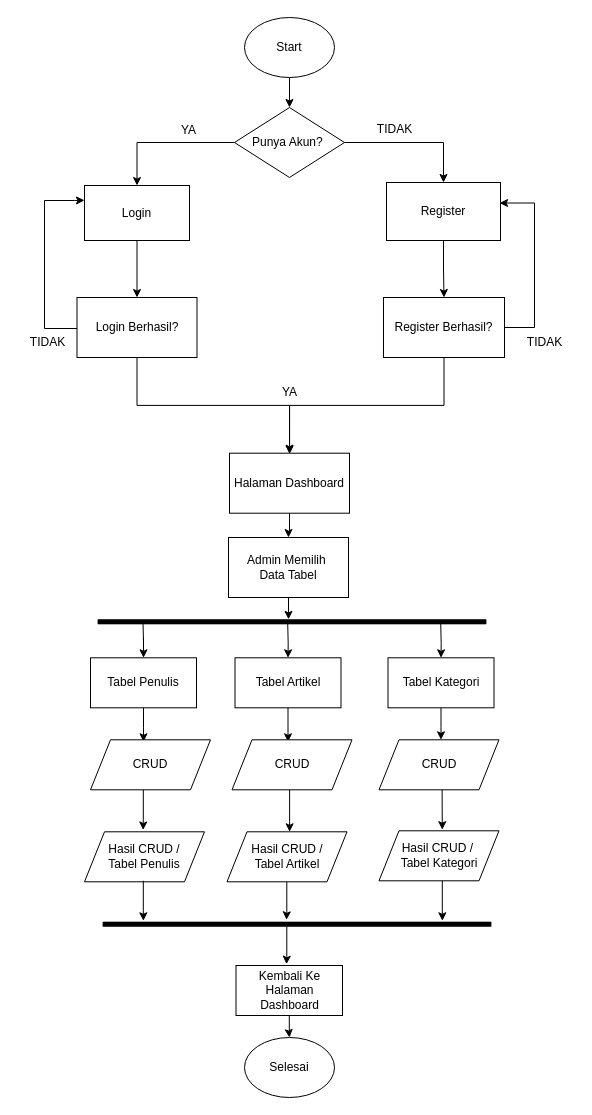
This is admin.drawio from EnjoyUrLife69/P5-PROJECT, a draw.io file, before an edit. Source tidied: cells renumbered, new cells numbered last; positions are measured from the earlier drawing's top-left corner, leaving out a move shared by most shapes. Both pictures are drawn from the tidied source at 100%, with x=0, y=0 at pixel (16, 17).
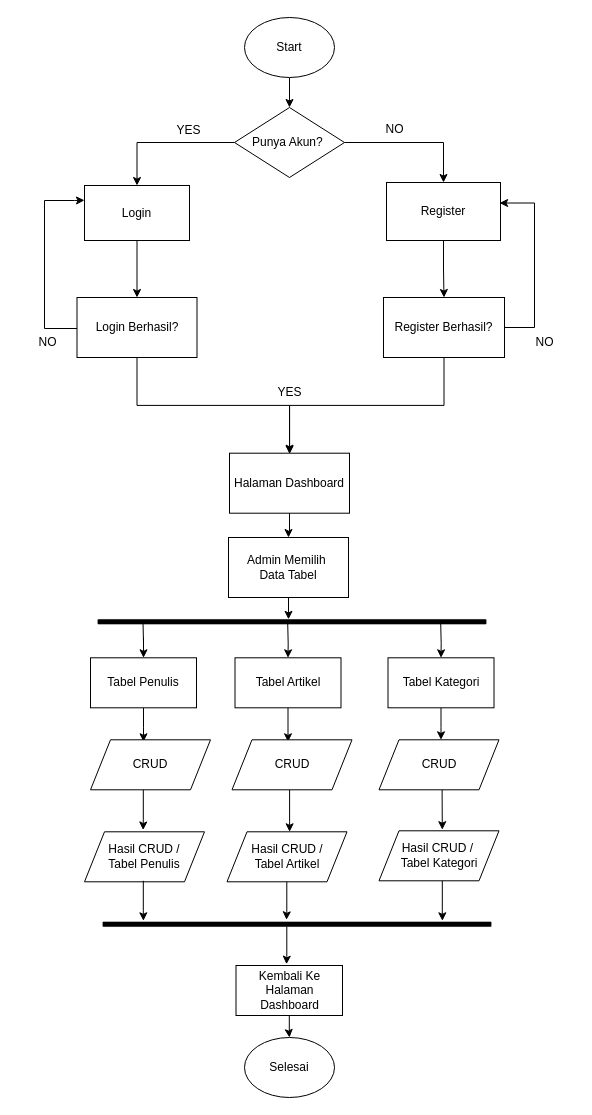
The same diagram, later.

The edit, as a diff of the source:
```diff
@@
-    <mxCell id="11" value="YA" style="text;html=1;align=center;verticalAlign=middle;strokeColor=none;fillColor=none;" parent="1" vertex="1">
-      <mxGeometry x="152" y="98" width="40" height="30" as="geometry" />
+    <mxCell id="11" value="YES" style="text;html=1;align=center;verticalAlign=middle;strokeColor=none;fillColor=none;" parent="1" vertex="1">
+      <mxGeometry x="147" y="98" width="50" height="30" as="geometry" />
     </mxCell>
-    <mxCell id="12" value="TIDAK" style="text;html=1;align=center;verticalAlign=middle;strokeColor=none;fillColor=none;" parent="1" vertex="1">
-      <mxGeometry x="348" y="97" width="60" height="30" as="geometry" />
+    <mxCell id="12" value="NO" style="text;html=1;align=center;verticalAlign=middle;strokeColor=none;fillColor=none;" parent="1" vertex="1">
+      <mxGeometry x="358" y="97" width="40" height="30" as="geometry" />
     </mxCell>
@@
-    <mxCell id="16" value="TIDAK" style="text;html=1;align=center;verticalAlign=middle;strokeColor=none;fillColor=none;" parent="1" vertex="1">
-      <mxGeometry x="498" y="310" width="60" height="30" as="geometry" />
+    <mxCell id="16" value="NO" style="text;html=1;align=center;verticalAlign=middle;strokeColor=none;fillColor=none;" parent="1" vertex="1">
+      <mxGeometry x="508" y="310" width="40" height="30" as="geometry" />
     </mxCell>
@@
-    <mxCell id="20" value="TIDAK" style="text;html=1;align=center;verticalAlign=middle;strokeColor=none;fillColor=none;" parent="1" vertex="1">
-      <mxGeometry x="0.5" y="310" width="60" height="30" as="geometry" />
+    <mxCell id="20" value="NO" style="text;html=1;align=center;verticalAlign=middle;strokeColor=none;fillColor=none;" parent="1" vertex="1">
+      <mxGeometry x="10.5" y="310" width="40" height="30" as="geometry" />
     </mxCell>
@@
-    <mxCell id="23" value="YA" style="text;html=1;align=center;verticalAlign=middle;strokeColor=none;fillColor=none;" parent="1" vertex="1">
-      <mxGeometry x="253" y="360" width="40" height="30" as="geometry" />
+    <mxCell id="23" value="YES" style="text;html=1;align=center;verticalAlign=middle;strokeColor=none;fillColor=none;" parent="1" vertex="1">
+      <mxGeometry x="248" y="360" width="50" height="30" as="geometry" />
     </mxCell>
```
